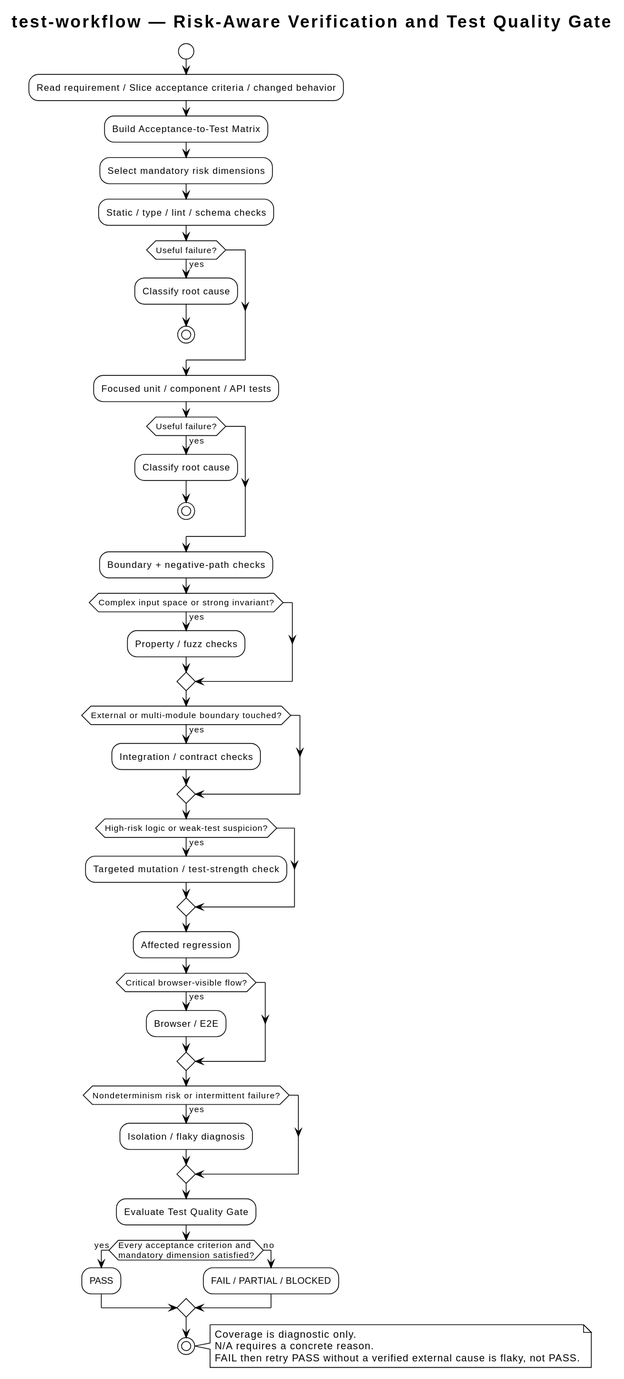
This is docs/skills/test-workflow/diagrams/test-workflow-flow.svg from i-zrhe2016/codex-development-workflow, a PlantUML export, as it was before one commit.
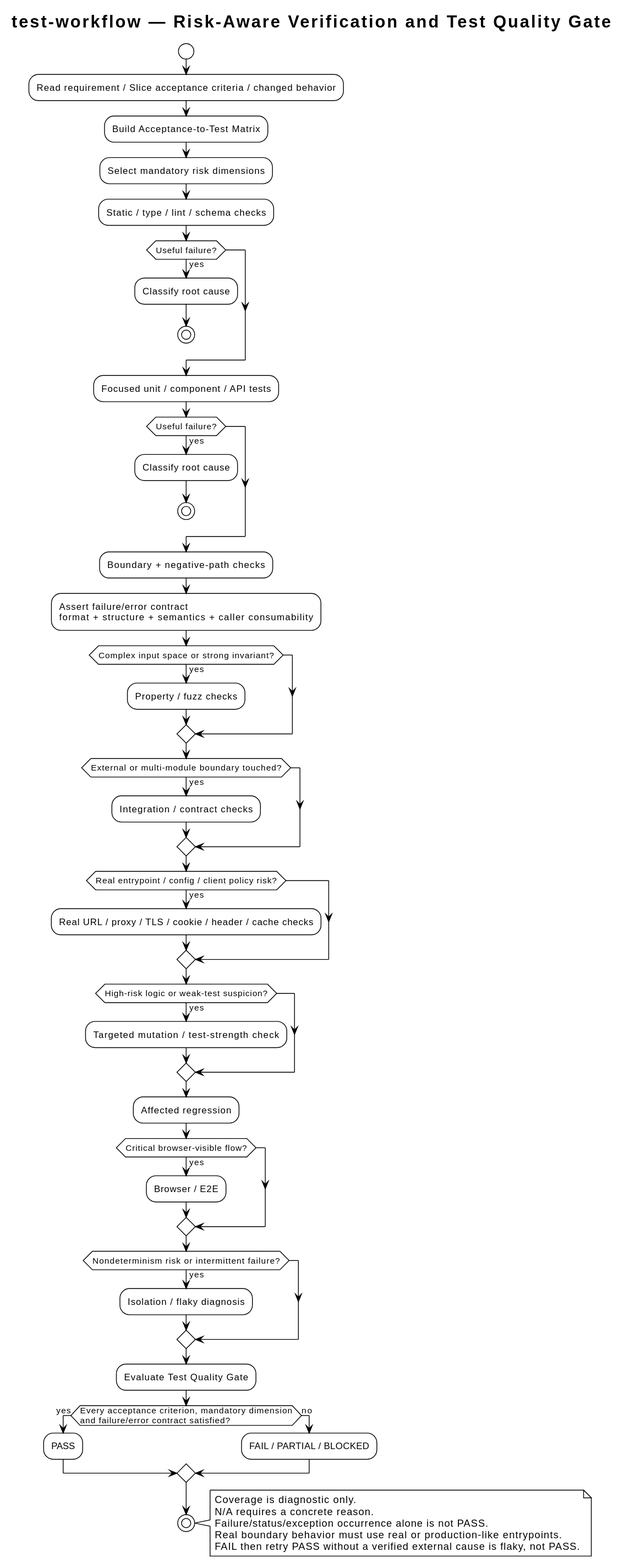
The same file after the commit.

Commit message:
docs(test-workflow): require real boundary contract tests

Diff of the diagram source:
```diff
@@ -23,6 +23,8 @@
 endif
 
 :Boundary + negative-path checks;
+:Assert failure/error contract
+format + structure + semantics + caller consumability;
 
 if (Complex input space or strong invariant?) then (yes)
   :Property / fuzz checks;
@@ -30,6 +32,10 @@
 
 if (External or multi-module boundary touched?) then (yes)
   :Integration / contract checks;
+endif
+
+if (Real entrypoint / config / client policy risk?) then (yes)
+  :Real URL / proxy / TLS / cookie / header / cache checks;
 endif
 
 if (High-risk logic or weak-test suspicion?) then (yes)
@@ -48,7 +54,7 @@
 
 :Evaluate Test Quality Gate;
 
-if (Every acceptance criterion and\nmandatory dimension satisfied?) then (yes)
+if (Every acceptance criterion, mandatory dimension\nand failure/error contract satisfied?) then (yes)
   :PASS;
 else (no)
   :FAIL / PARTIAL / BLOCKED;
@@ -58,6 +64,8 @@
 note right
 Coverage is diagnostic only.
 N/A requires a concrete reason.
+Failure/status/exception occurrence alone is not PASS.
+Real boundary behavior must use real or production-like entrypoints.
 FAIL then retry PASS without a verified external cause is flaky, not PASS.
 end note
 @enduml
```
